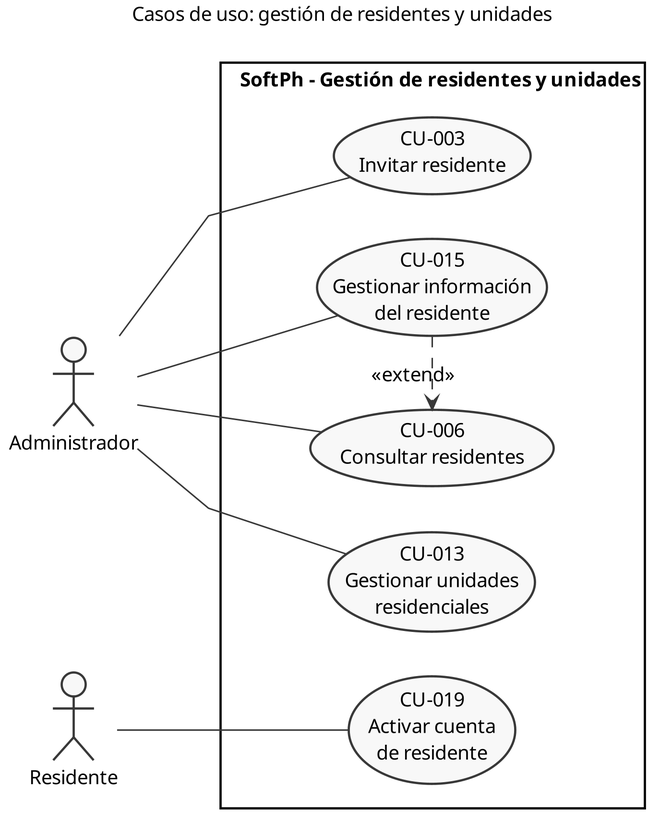
Earlier version of the PlantUML export docs/entrega-objetivos/casos-uso/cu-02-residentes-unidades.png (yilberDev/SoftPh-Academico). Its source is kept beside it as docs/entrega-objetivos/casos-uso/cu-02-residentes-unidades.puml.
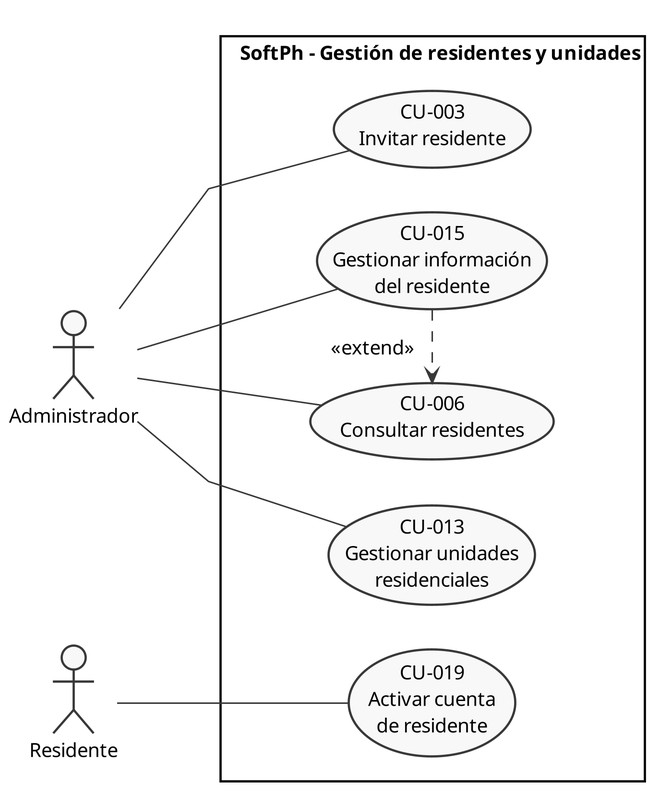
After the change.

What changed in the source:
```diff
@@ -11,7 +11,6 @@
 skinparam nodesep 30
 skinparam ranksep 70
 left to right direction
-title Casos de uso: gestión de residentes y unidades
 
 actor "Administrador" as admin
 actor "Residente" as resident
@@ -29,5 +28,5 @@
 admin -- CU006
 admin -- CU015
 resident -- CU019
-CU015 .> CU006 : <<extend>>
+CU015 .> CU006 : "<<extend>>                  "
 @enduml
```
